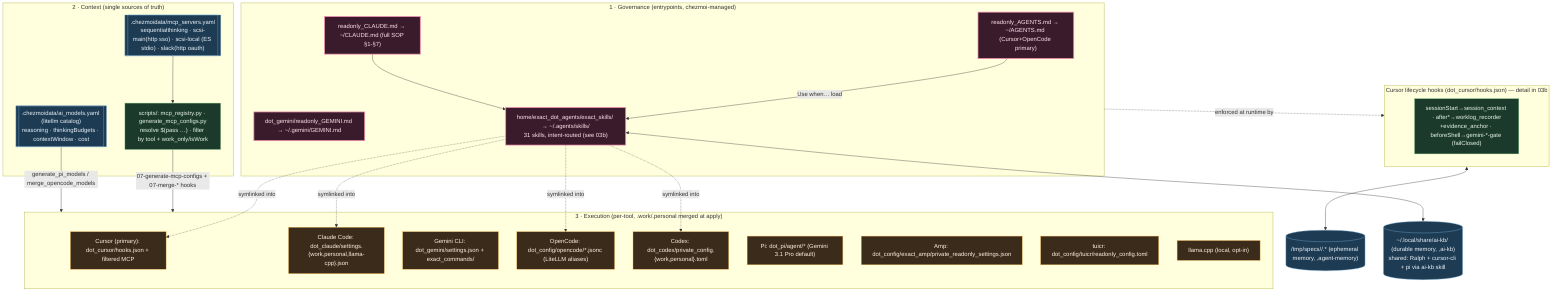
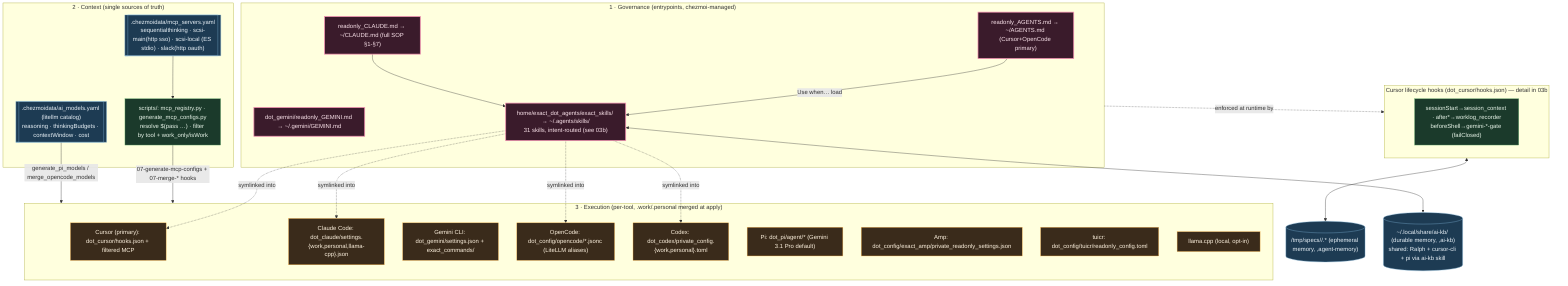
%% ============================================================================
%% 03-agentic-os.mmd — Agentic OS: governance + context + execution layers.
%% Entry SOPs + MCP/model registries + per-tool config generation.
%% Skills/hooks file-level detail → 03b. Per-tool config files → 12.
%% ============================================================================
flowchart TB
    classDef gov fill:#3a1b2b,stroke:#f48fb1,color:#fce4ec,stroke-width:2px;
    classDef ctx fill:#1b3a2b,stroke:#81c784,color:#e8f5e9;
    classDef exec fill:#3a2b1b,stroke:#ffb74d,color:#fff3e0;
    classDef data fill:#1d3b53,stroke:#7fb3d5,color:#eaf2f8;

    subgraph GOV["1 · Governance (entrypoints, chezmoi-managed)"]
        AG["readonly_AGENTS.md → ~/AGENTS.md (Cursor+OpenCode primary)"]:::gov
        CL["readonly_CLAUDE.md → ~/CLAUDE.md (full SOP §1-§7)"]:::gov
        GM["dot_gemini/readonly_GEMINI.md → ~/.gemini/GEMINI.md"]:::gov
        SK["home/exact_dot_agents/exact_skills/ → ~/.agents/skills/<br/>31 skills, intent-routed (see 03b)"]:::gov
        AG -->|Use when… load| SK
        CL --> SK
    end

    subgraph CTX["2 · Context (single sources of truth)"]
        REG[[".chezmoidata/mcp_servers.yaml<br/>sequentialthinking · scsi-main(http sso) · scsi-local (ES stdio) · slack(http oauth)"]]:::data
        MODELS[[".chezmoidata/ai_models.yaml (litellm catalog)<br/>reasoning · thinkingBudgets · contextWindow · cost"]]:::data
        GEN["scripts/: mcp_registry.py · generate_mcp_configs.py<br/>resolve $(pass …) · filter by tool + work_only/isWork"]:::ctx
        REG --> GEN
    end

    subgraph EXECL["3 · Execution (per-tool, .work/.personal merged at apply)"]
        CURSOR["Cursor (primary): dot_cursor/hooks.json + filtered MCP"]:::exec
        CLAUDE["Claude Code: dot_claude/settings.{work,personal,llama-cpp}.json"]:::exec
        GEMINI["Gemini CLI: dot_gemini/settings.json + exact_commands/"]:::exec
        OPENCODE["OpenCode: dot_config/opencode/*.jsonc (LiteLLM aliases)"]:::exec
        CODEX["Codex: dot_codex/private_config.{work,personal}.toml"]:::exec
        PI["Pi: dot_pi/agent/* (Gemini 3.1 Pro default)"]:::exec
        AMP["Amp: dot_config/exact_amp/private_readonly_settings.json"]:::exec
        TUICR["tuicr: dot_config/tuicr/readonly_config.toml"]:::exec
        LOCAL["llama.cpp (local, opt-in)"]:::exec
    end

    GEN -->|07-generate-mcp-configs + 07-merge-* hooks| EXECL
    MODELS -->|generate_pi_models / merge_opencode_models| EXECL
    SK -. symlinked into .-> CURSOR & CLAUDE & OPENCODE & CODEX

    subgraph HOOKS["Cursor lifecycle hooks (dot_cursor/hooks.json) — detail in 03b"]
-         H["sessionStart→session_context · after*→worklog_recorder<br/>+evidence_anchor · beforeShell→gemini-*-gate (failClosed)"]:::ctx
+         H["sessionStart→session_context · after*→worklog_recorder<br/>beforeShell→gemini-*-gate (failClosed)"]:::ctx
    end
    GOV -.enforced at runtime by.-> HOOKS
    MEM[("/tmp/specs/<pwd>/<topic>.* (ephemeral memory, ,agent-memory)")]:::data
    HOOKS <--> MEM
    KBDB[("~/.local/share/ai-kb/ (durable memory, ,ai-kb)<br/>shared: Ralph + cursor-cli + pi via ai-kb skill")]:::data
    SK <--> KBDB
